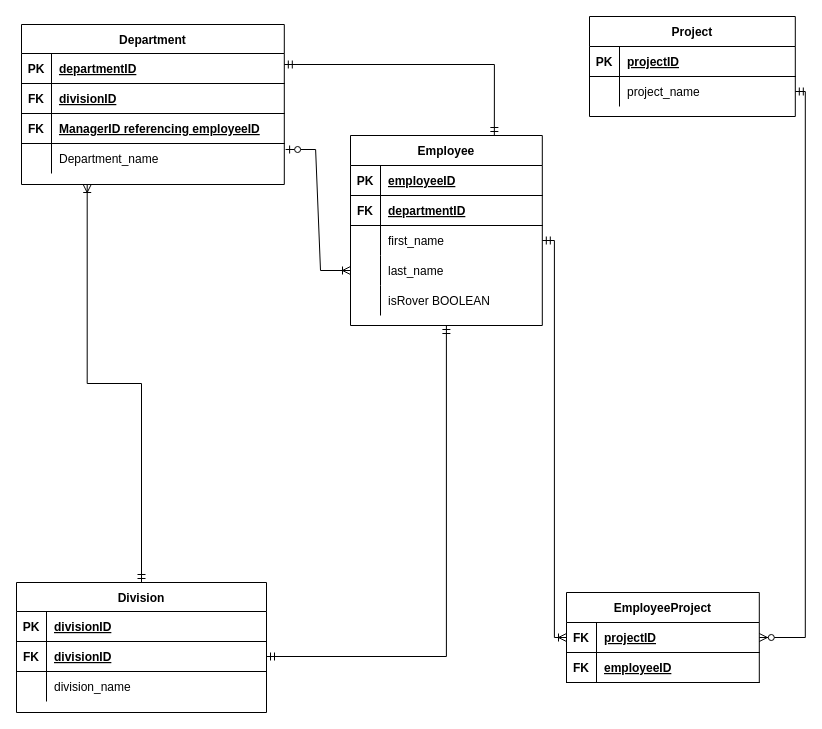
Earlier version of the draw.io diagram case 3.drawio (santoshkc1655/Data-Modeling-SQL). Source tidied: cells renumbered, new cells numbered last; positions are measured from the earlier drawing's top-left corner, leaving out a move shared by most shapes. Both pictures are drawn from the tidied source at 100%, with x=0, y=0 at pixel (16, 16).
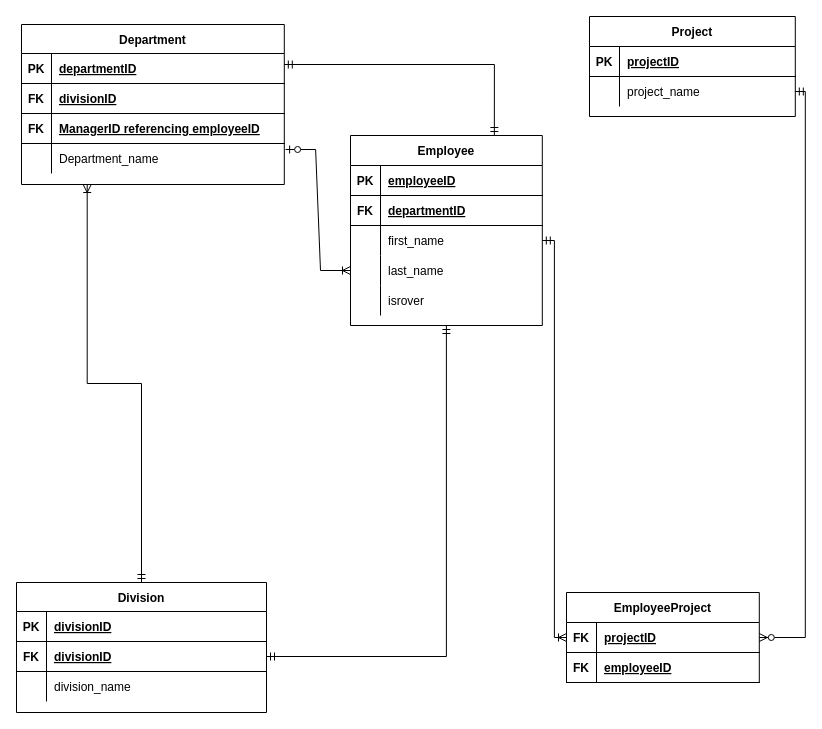
Above is the later version.

Unchanged cells that the change refers to:
```xml
<mxCell id="15" style="shape=partialRectangle;fillColor=none;top=0;left=0;right=0;bottom=0;" parent="2" vertex="1">
  <mxGeometry y="150" width="191.8" height="30" as="geometry" />
</mxCell>
```

The edit, as a diff of the source:
```diff
@@
-    <mxCell id="17" value="isRover BOOLEAN" style="shape=partialRectangle;overflow=hidden;fillColor=none;top=0;left=0;bottom=0;right=0;align=left;spacingLeft=6;" parent="15" vertex="1">
+    <mxCell id="17" value="isrover" style="shape=partialRectangle;overflow=hidden;fillColor=none;top=0;left=0;bottom=0;right=0;align=left;spacingLeft=6;" parent="15" vertex="1">
       <mxGeometry x="30" width="161.8" height="30" as="geometry" />
     </mxCell>
```
